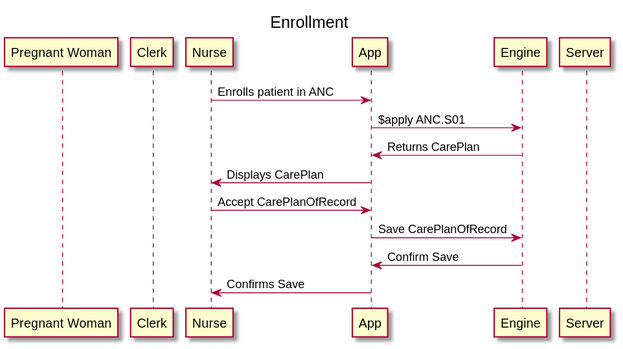
This is input/pagecontent/assets/images/enrollment.svg from WorldHealthOrganization/smart-anc, a PlantUML export, as it was before one commit.
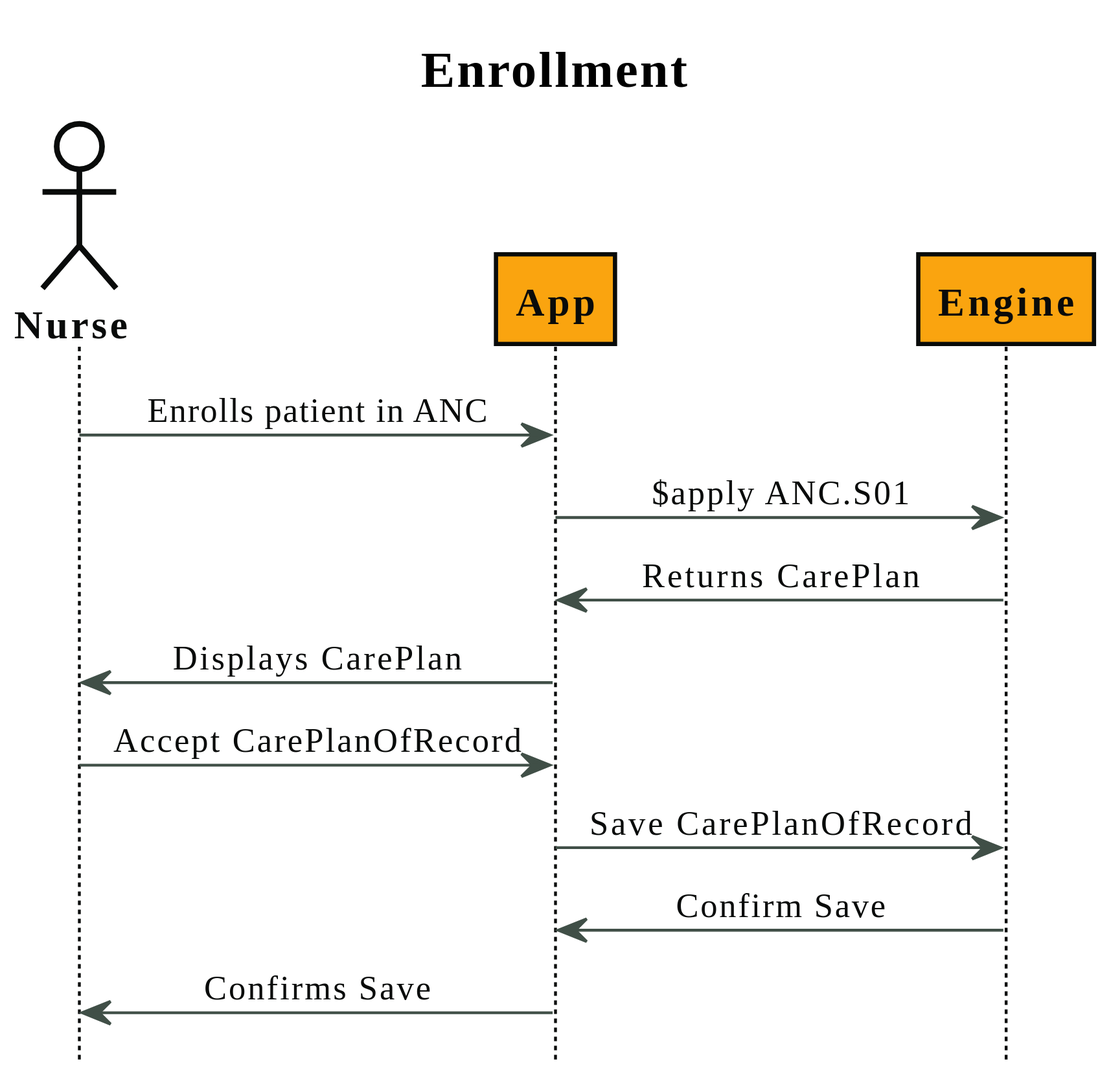
Later version of the same file.

The edit, as a diff of the source:
```diff
@@ -1,11 +1,9 @@
 @startuml Enrollment
+!include styling.puml
 title Enrollment
-participant "Pregnant Woman" as PW
-participant "Clerk" as Clerk
-participant "Nurse" as Nurse
+Actor "Nurse" as Nurse
 participant "App" as App
 participant "Engine" as Engine
-participant "Server" as Server
 
 Nurse -> App: Enrolls patient in ANC
 App -> Engine: $apply ANC.S01
```
